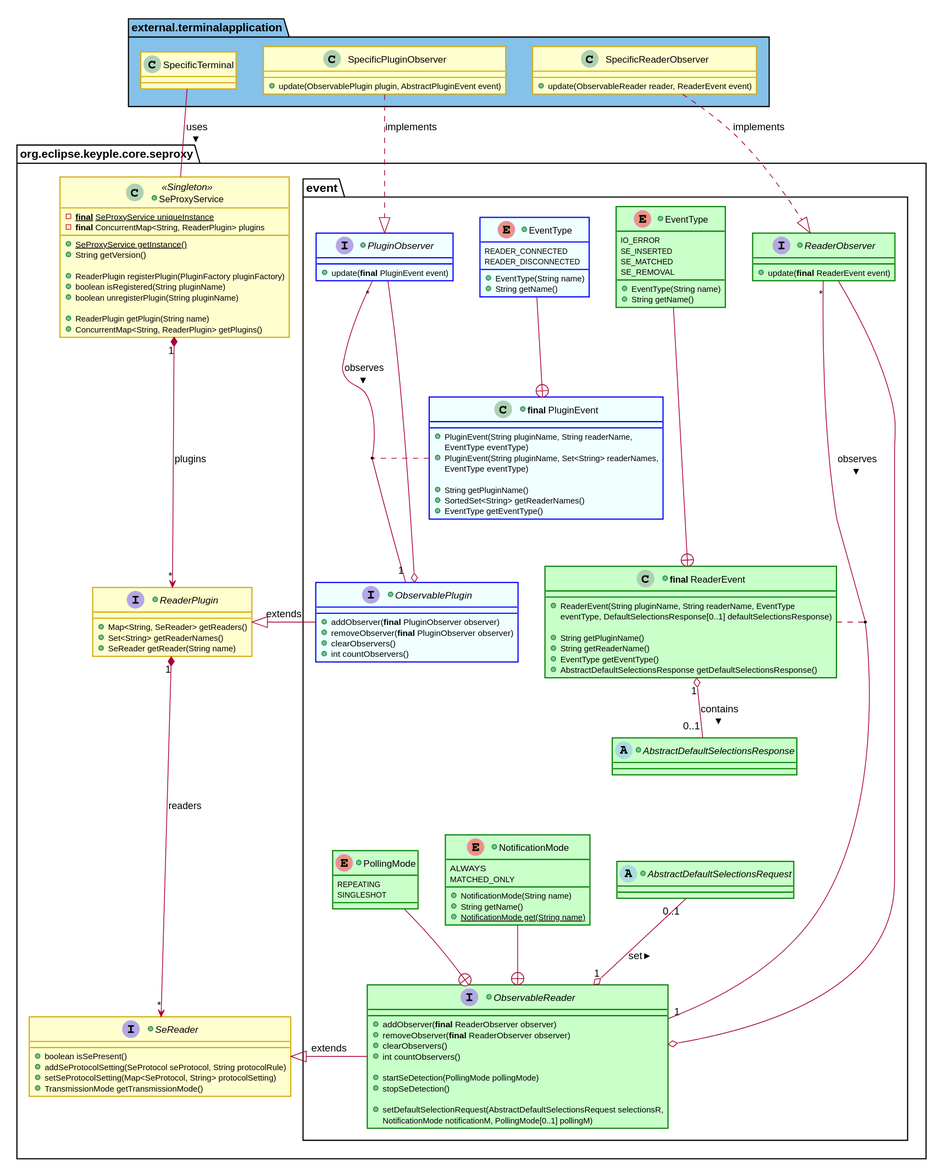
Before: docs/KeypleCoreApi/ApplicationApi/img/KeypleCore_ApplicationApi_ClassDiag_SE_Proxy_ObservablePluginAndReaderEvents_0_9_0.svg, a diagram exported from PlantUML (calypsonet/keyple).
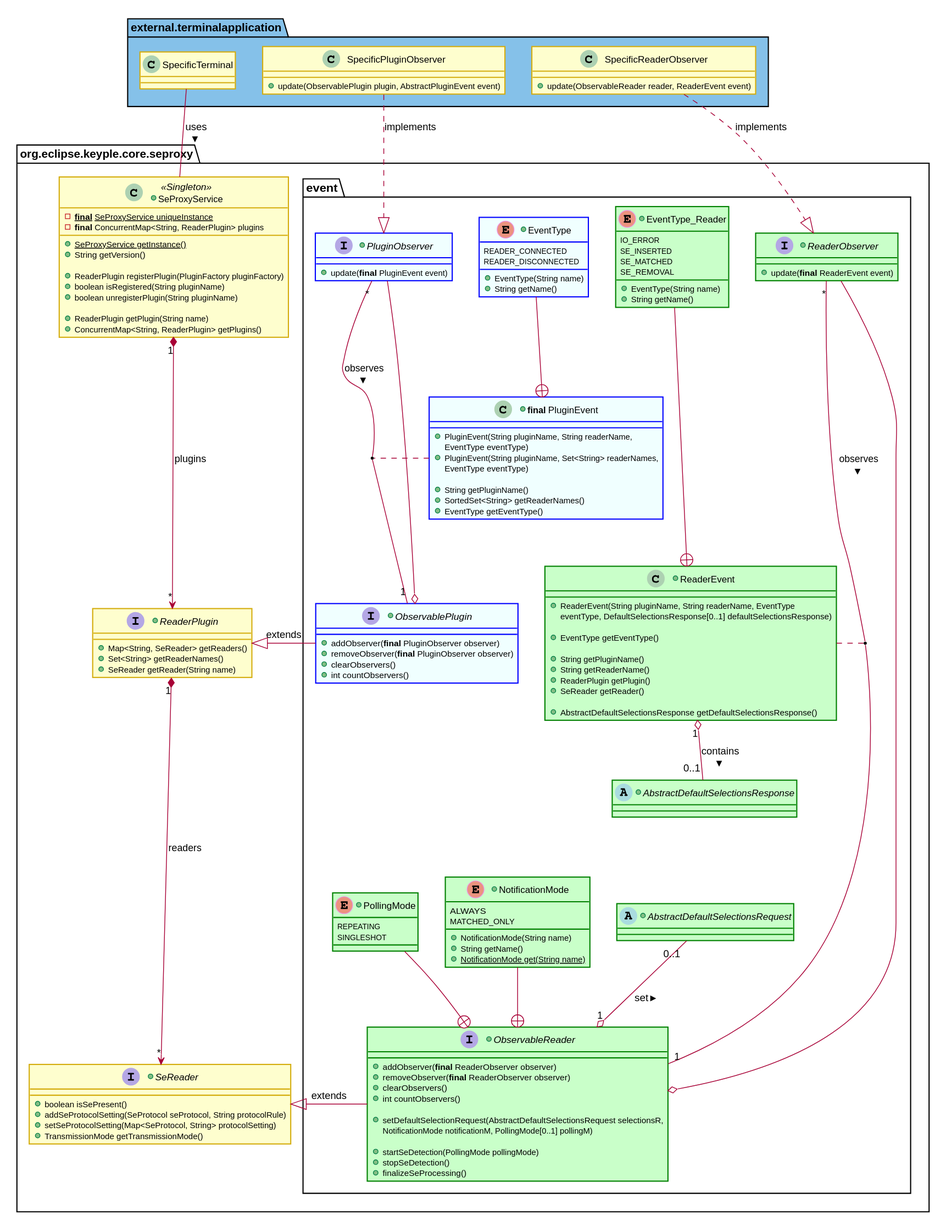
The same file after the commit.

The edit, as a diff of the source:
```diff
@@ -77,24 +77,6 @@
     PluginEvent . (ObservablePlugin, PluginObserver)
     PluginObserver --o ObservablePlugin
 
-+enum "EventType" as EventType_Reader {
-  IO_ERROR
-  SE_INSERTED
-  SE_MATCHED
-  SE_REMOVAL
-  +EventType(String name)
-  +String getName()
-}
-
-+class "<b>final</b> ReaderEvent" as ReaderEvent {
-  +ReaderEvent(String pluginName, String readerName, EventType
-  eventType, DefaultSelectionsResponse[0..1] defaultSelectionsResponse)
-
-  +String getPluginName()
-  +String getReaderName()
-  +EventType getEventType()
-  +AbstractDefaultSelectionsResponse getDefaultSelectionsResponse()
-}
     EventType_Reader -up--+ ReaderEvent
     ReaderEvent "1" o-down- "0..1" AbstractDefaultSelectionsResponse : contains >
 
@@ -203,16 +185,39 @@
   +clearObservers()
   +int countObservers()
 }
++enum "EventType" as EventType_Reader {
+  IO_ERROR
+  SE_INSERTED
+  SE_MATCHED
+  SE_REMOVAL
+  +EventType(String name)
+  +String getName()
+}
+
++class "<b>final</b> ReaderEvent" as ReaderEvent {
+  +ReaderEvent(String pluginName, String readerName, EventType
+  eventType, DefaultSelectionsResponse[0..1] defaultSelectionsResponse)
+
+  +EventType getEventType()
+
+  +String getPluginName()
+  +String getReaderName()
+  +ReaderPlugin getPlugin()
+  +SeReader getReader()
+
+  +AbstractDefaultSelectionsResponse getDefaultSelectionsResponse()
+}
 +interface ObservableReader {
   +addObserver(<b>final</b> ReaderObserver observer)
   +removeObserver(<b>final</b> ReaderObserver observer)
   +clearObservers()
   +int countObservers()
 
+  +setDefaultSelectionRequest(AbstractDefaultSelectionsRequest selectionsR,
+    NotificationMode notificationM, PollingMode[0..1] pollingM)
+
   +startSeDetection(PollingMode pollingMode)
   +stopSeDetection()
-
-  +setDefaultSelectionRequest(AbstractDefaultSelectionsRequest selectionsR,
-    NotificationMode notificationM, PollingMode[0..1] pollingM)
+  +finalizeSeProcessing()
 }
 @enduml
```
